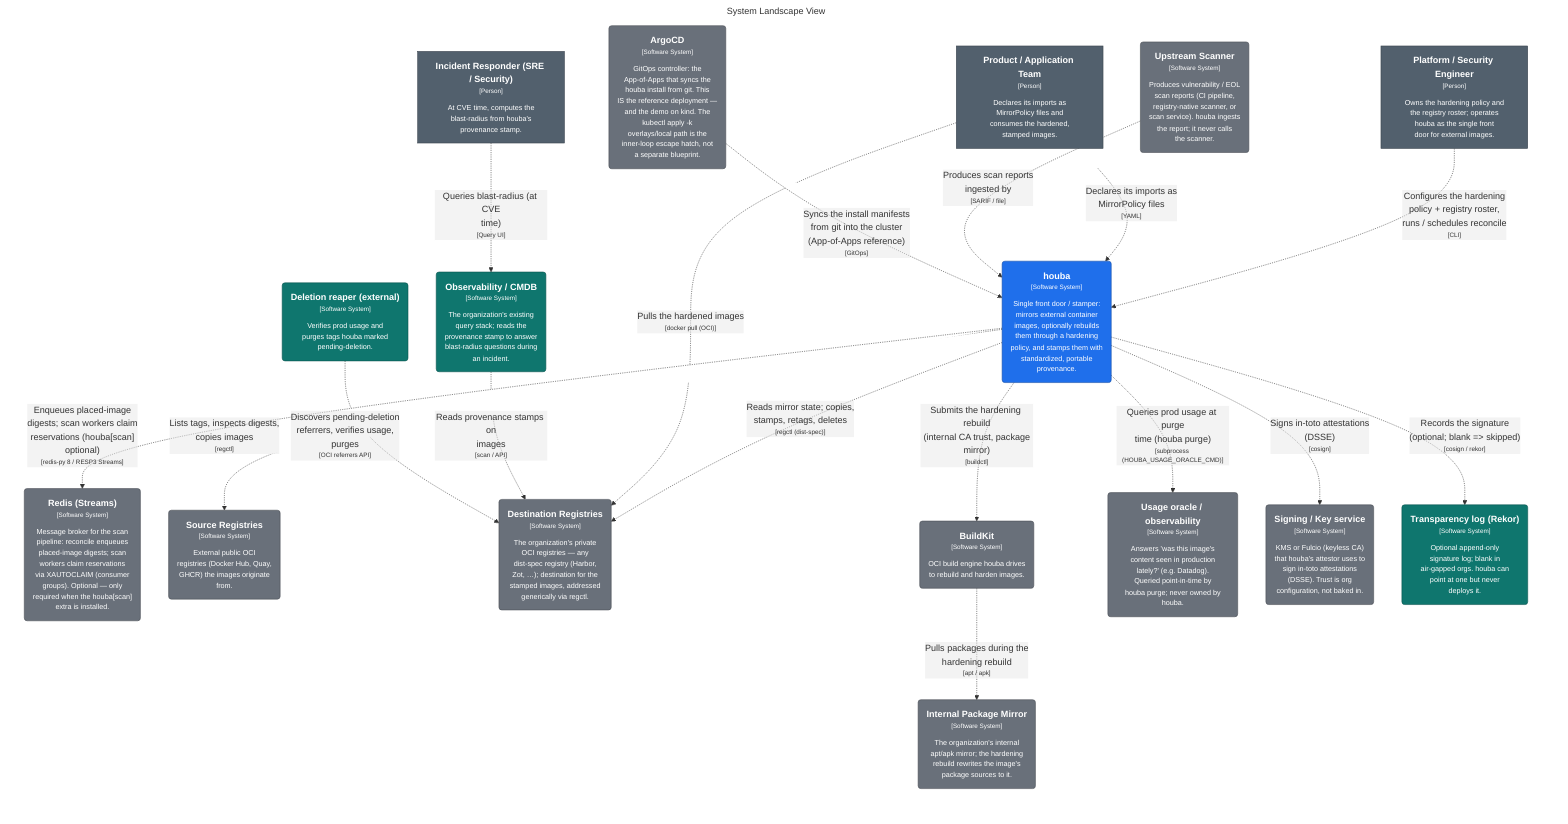
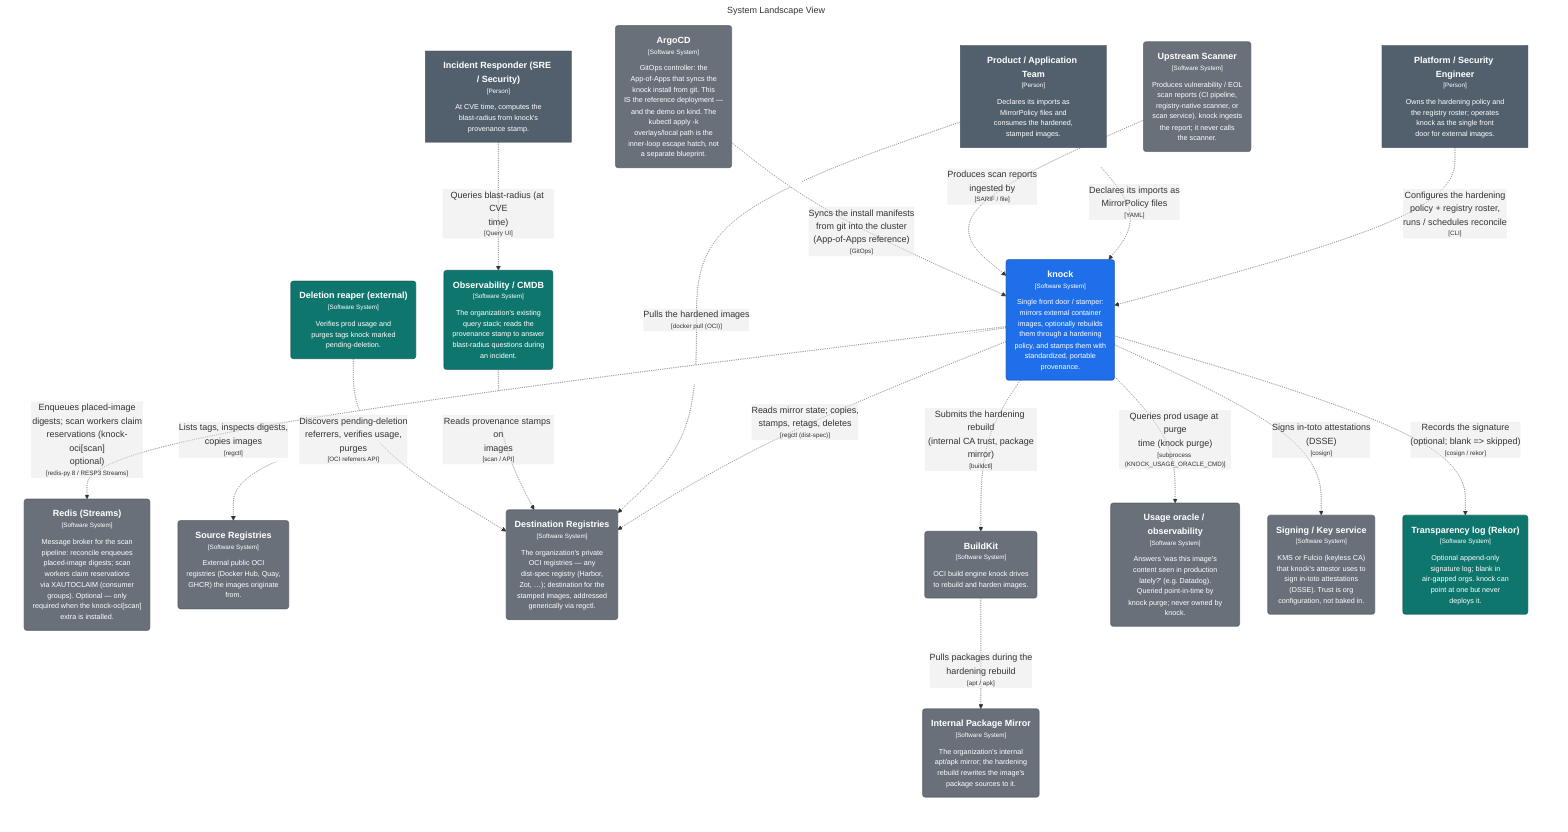
graph LR
  linkStyle default fill:#ffffff

  subgraph diagram ["System Landscape View"]
    style diagram fill:#ffffff,stroke:#ffffff

-     1["<div style='font-weight: bold'>Platform / Security Engineer</div><div style='font-size: 70%; margin-top: 0px'>[Person]</div><div style='font-size: 80%; margin-top:10px'>Owns the hardening policy and<br />the registry roster; operates<br />houba as the single front<br />door for external images.</div>"]
+     1["<div style='font-weight: bold'>Platform / Security Engineer</div><div style='font-size: 70%; margin-top: 0px'>[Person]</div><div style='font-size: 80%; margin-top:10px'>Owns the hardening policy and<br />the registry roster; operates<br />knock as the single front<br />door for external images.</div>"]
    style 1 fill:#52606d,stroke:#39434c,color:#ffffff
    2["<div style='font-weight: bold'>Product / Application Team</div><div style='font-size: 70%; margin-top: 0px'>[Person]</div><div style='font-size: 80%; margin-top:10px'>Declares its imports as<br />MirrorPolicy files and<br />consumes the hardened,<br />stamped images.</div>"]
    style 2 fill:#52606d,stroke:#39434c,color:#ffffff
-     3["<div style='font-weight: bold'>Incident Responder (SRE / Security)</div><div style='font-size: 70%; margin-top: 0px'>[Person]</div><div style='font-size: 80%; margin-top:10px'>At CVE time, computes the<br />blast-radius from houba's<br />provenance stamp.</div>"]
+     3["<div style='font-weight: bold'>Incident Responder (SRE / Security)</div><div style='font-size: 70%; margin-top: 0px'>[Person]</div><div style='font-size: 80%; margin-top:10px'>At CVE time, computes the<br />blast-radius from knock's<br />provenance stamp.</div>"]
    style 3 fill:#52606d,stroke:#39434c,color:#ffffff
-     4("<div style='font-weight: bold'>houba</div><div style='font-size: 70%; margin-top: 0px'>[Software System]</div><div style='font-size: 80%; margin-top:10px'>Single front door / stamper:<br />mirrors external container<br />images, optionally rebuilds<br />them through a hardening<br />policy, and stamps them with<br />standardized, portable<br />provenance.</div>")
+     4("<div style='font-weight: bold'>knock</div><div style='font-size: 70%; margin-top: 0px'>[Software System]</div><div style='font-size: 80%; margin-top:10px'>Single front door / stamper:<br />mirrors external container<br />images, optionally rebuilds<br />them through a hardening<br />policy, and stamps them with<br />standardized, portable<br />provenance.</div>")
    style 4 fill:#1f6feb,stroke:#154da4,color:#ffffff
-     58("<div style='font-weight: bold'>Redis (Streams)</div><div style='font-size: 70%; margin-top: 0px'>[Software System]</div><div style='font-size: 80%; margin-top:10px'>Message broker for the scan<br />pipeline: reconcile enqueues<br />placed-image digests; scan<br />workers claim reservations<br />via XAUTOCLAIM (consumer<br />groups). Optional — only<br />required when the houba[scan]<br />extra is installed.</div>")
+     58("<div style='font-weight: bold'>Redis (Streams)</div><div style='font-size: 70%; margin-top: 0px'>[Software System]</div><div style='font-size: 80%; margin-top:10px'>Message broker for the scan<br />pipeline: reconcile enqueues<br />placed-image digests; scan<br />workers claim reservations<br />via XAUTOCLAIM (consumer<br />groups). Optional — only<br />required when the knock-oci[scan]<br />extra is installed.</div>")
    style 58 fill:#69707a,stroke:#494e55,color:#ffffff
    59("<div style='font-weight: bold'>Source Registries</div><div style='font-size: 70%; margin-top: 0px'>[Software System]</div><div style='font-size: 80%; margin-top:10px'>External public OCI<br />registries (Docker Hub, Quay,<br />GHCR) the images originate<br />from.</div>")
    style 59 fill:#69707a,stroke:#494e55,color:#ffffff
    60("<div style='font-weight: bold'>Destination Registries</div><div style='font-size: 70%; margin-top: 0px'>[Software System]</div><div style='font-size: 80%; margin-top:10px'>The organization's private<br />OCI registries — any<br />dist-spec registry (Harbor,<br />Zot, …); destination for the<br />stamped images, addressed<br />generically via regctl.</div>")
    style 60 fill:#69707a,stroke:#494e55,color:#ffffff
-     61("<div style='font-weight: bold'>BuildKit</div><div style='font-size: 70%; margin-top: 0px'>[Software System]</div><div style='font-size: 80%; margin-top:10px'>OCI build engine houba drives<br />to rebuild and harden images.</div>")
+     61("<div style='font-weight: bold'>BuildKit</div><div style='font-size: 70%; margin-top: 0px'>[Software System]</div><div style='font-size: 80%; margin-top:10px'>OCI build engine knock drives<br />to rebuild and harden images.</div>")
    style 61 fill:#69707a,stroke:#494e55,color:#ffffff
    62("<div style='font-weight: bold'>Internal Package Mirror</div><div style='font-size: 70%; margin-top: 0px'>[Software System]</div><div style='font-size: 80%; margin-top:10px'>The organization's internal<br />apt/apk mirror; the hardening<br />rebuild rewrites the image's<br />package sources to it.</div>")
    style 62 fill:#69707a,stroke:#494e55,color:#ffffff
    63("<div style='font-weight: bold'>Observability / CMDB</div><div style='font-size: 70%; margin-top: 0px'>[Software System]</div><div style='font-size: 80%; margin-top:10px'>The organization's existing<br />query stack; reads the<br />provenance stamp to answer<br />blast-radius questions during<br />an incident.</div>")
    style 63 fill:#0f766e,stroke:#0a524d,color:#ffffff
-     64("<div style='font-weight: bold'>Deletion reaper (external)</div><div style='font-size: 70%; margin-top: 0px'>[Software System]</div><div style='font-size: 80%; margin-top:10px'>Verifies prod usage and<br />purges tags houba marked<br />pending-deletion.</div>")
+     64("<div style='font-weight: bold'>Deletion reaper (external)</div><div style='font-size: 70%; margin-top: 0px'>[Software System]</div><div style='font-size: 80%; margin-top:10px'>Verifies prod usage and<br />purges tags knock marked<br />pending-deletion.</div>")
    style 64 fill:#0f766e,stroke:#0a524d,color:#ffffff
-     65("<div style='font-weight: bold'>Usage oracle / observability</div><div style='font-size: 70%; margin-top: 0px'>[Software System]</div><div style='font-size: 80%; margin-top:10px'>Answers 'was this image's<br />content seen in production<br />lately?' (e.g. Datadog).<br />Queried point-in-time by<br />houba purge; never owned by<br />houba.</div>")
+     65("<div style='font-weight: bold'>Usage oracle / observability</div><div style='font-size: 70%; margin-top: 0px'>[Software System]</div><div style='font-size: 80%; margin-top:10px'>Answers 'was this image's<br />content seen in production<br />lately?' (e.g. Datadog).<br />Queried point-in-time by<br />knock purge; never owned by<br />knock.</div>")
    style 65 fill:#69707a,stroke:#494e55,color:#ffffff
-     66("<div style='font-weight: bold'>Signing / Key service</div><div style='font-size: 70%; margin-top: 0px'>[Software System]</div><div style='font-size: 80%; margin-top:10px'>KMS or Fulcio (keyless CA)<br />that houba's attestor uses to<br />sign in-toto attestations<br />(DSSE). Trust is org<br />configuration, not baked in.</div>")
+     66("<div style='font-weight: bold'>Signing / Key service</div><div style='font-size: 70%; margin-top: 0px'>[Software System]</div><div style='font-size: 80%; margin-top:10px'>KMS or Fulcio (keyless CA)<br />that knock's attestor uses to<br />sign in-toto attestations<br />(DSSE). Trust is org<br />configuration, not baked in.</div>")
    style 66 fill:#69707a,stroke:#494e55,color:#ffffff
-     67("<div style='font-weight: bold'>Transparency log (Rekor)</div><div style='font-size: 70%; margin-top: 0px'>[Software System]</div><div style='font-size: 80%; margin-top:10px'>Optional append-only<br />signature log; blank in<br />air-gapped orgs. houba can<br />point at one but never<br />deploys it.</div>")
+     67("<div style='font-weight: bold'>Transparency log (Rekor)</div><div style='font-size: 70%; margin-top: 0px'>[Software System]</div><div style='font-size: 80%; margin-top:10px'>Optional append-only<br />signature log; blank in<br />air-gapped orgs. knock can<br />point at one but never<br />deploys it.</div>")
    style 67 fill:#0f766e,stroke:#0a524d,color:#ffffff
-     68("<div style='font-weight: bold'>Upstream Scanner</div><div style='font-size: 70%; margin-top: 0px'>[Software System]</div><div style='font-size: 80%; margin-top:10px'>Produces vulnerability / EOL<br />scan reports (CI pipeline,<br />registry-native scanner, or<br />scan service). houba ingests<br />the report; it never calls<br />the scanner.</div>")
+     68("<div style='font-weight: bold'>Upstream Scanner</div><div style='font-size: 70%; margin-top: 0px'>[Software System]</div><div style='font-size: 80%; margin-top:10px'>Produces vulnerability / EOL<br />scan reports (CI pipeline,<br />registry-native scanner, or<br />scan service). knock ingests<br />the report; it never calls<br />the scanner.</div>")
    style 68 fill:#69707a,stroke:#494e55,color:#ffffff
-     69("<div style='font-weight: bold'>ArgoCD</div><div style='font-size: 70%; margin-top: 0px'>[Software System]</div><div style='font-size: 80%; margin-top:10px'>GitOps controller: the<br />App-of-Apps that syncs the<br />houba install from git. This<br />IS the reference deployment —<br />and the demo on kind. The<br />kubectl apply -k<br />overlays/local path is the<br />inner-loop escape hatch, not<br />a separate blueprint.</div>")
+     69("<div style='font-weight: bold'>ArgoCD</div><div style='font-size: 70%; margin-top: 0px'>[Software System]</div><div style='font-size: 80%; margin-top:10px'>GitOps controller: the<br />App-of-Apps that syncs the<br />knock install from git. This<br />IS the reference deployment —<br />and the demo on kind. The<br />kubectl apply -k<br />overlays/local path is the<br />inner-loop escape hatch, not<br />a separate blueprint.</div>")
    style 69 fill:#69707a,stroke:#494e55,color:#ffffff

    1-. "<div>Configures the hardening<br />policy + registry roster,<br />runs / schedules reconcile</div><div style='font-size: 70%'>[CLI]</div>" .->4
    2-. "<div>Declares its imports as<br />MirrorPolicy files</div><div style='font-size: 70%'>[YAML]</div>" .->4
    4-. "<div>Lists tags, inspects digests,<br />copies images</div><div style='font-size: 70%'>[regctl]</div>" .->59
    4-. "<div>Reads mirror state; copies,<br />stamps, retags, deletes</div><div style='font-size: 70%'>[regctl (dist-spec)]</div>" .->60
    4-. "<div>Submits the hardening rebuild<br />(internal CA trust, package<br />mirror)</div><div style='font-size: 70%'>[buildctl]</div>" .->61
    61-. "<div>Pulls packages during the<br />hardening rebuild</div><div style='font-size: 70%'>[apt / apk]</div>" .->62
    2-. "<div>Pulls the hardened images</div><div style='font-size: 70%'>[docker pull (OCI)]</div>" .->60
    63-. "<div>Reads provenance stamps on<br />images</div><div style='font-size: 70%'>[scan / API]</div>" .->60
    3-. "<div>Queries blast-radius (at CVE<br />time)</div><div style='font-size: 70%'>[Query UI]</div>" .->63
    64-. "<div>Discovers pending-deletion<br />referrers, verifies usage,<br />purges</div><div style='font-size: 70%'>[OCI referrers API]</div>" .->60
-     4-. "<div>Queries prod usage at purge<br />time (houba purge)</div><div style='font-size: 70%'>[subprocess (HOUBA_USAGE_ORACLE_CMD)]</div>" .->65
+     4-. "<div>Queries prod usage at purge<br />time (knock purge)</div><div style='font-size: 70%'>[subprocess (KNOCK_USAGE_ORACLE_CMD)]</div>" .->65
    4-. "<div>Signs in-toto attestations<br />(DSSE)</div><div style='font-size: 70%'>[cosign]</div>" .->66
    4-. "<div>Records the signature<br />(optional; blank => skipped)</div><div style='font-size: 70%'>[cosign / rekor]</div>" .->67
    68-. "<div>Produces scan reports<br />ingested by</div><div style='font-size: 70%'>[SARIF / file]</div>" .->4
-     4-. "<div>Enqueues placed-image<br />digests; scan workers claim<br />reservations (houba[scan]<br />optional)</div><div style='font-size: 70%'>[redis-py 8 / RESP3 Streams]</div>" .->58
+     4-. "<div>Enqueues placed-image<br />digests; scan workers claim<br />reservations (knock-oci[scan]<br />optional)</div><div style='font-size: 70%'>[redis-py 8 / RESP3 Streams]</div>" .->58
    69-. "<div>Syncs the install manifests<br />from git into the cluster<br />(App-of-Apps reference)</div><div style='font-size: 70%'>[GitOps]</div>" .->4

  end